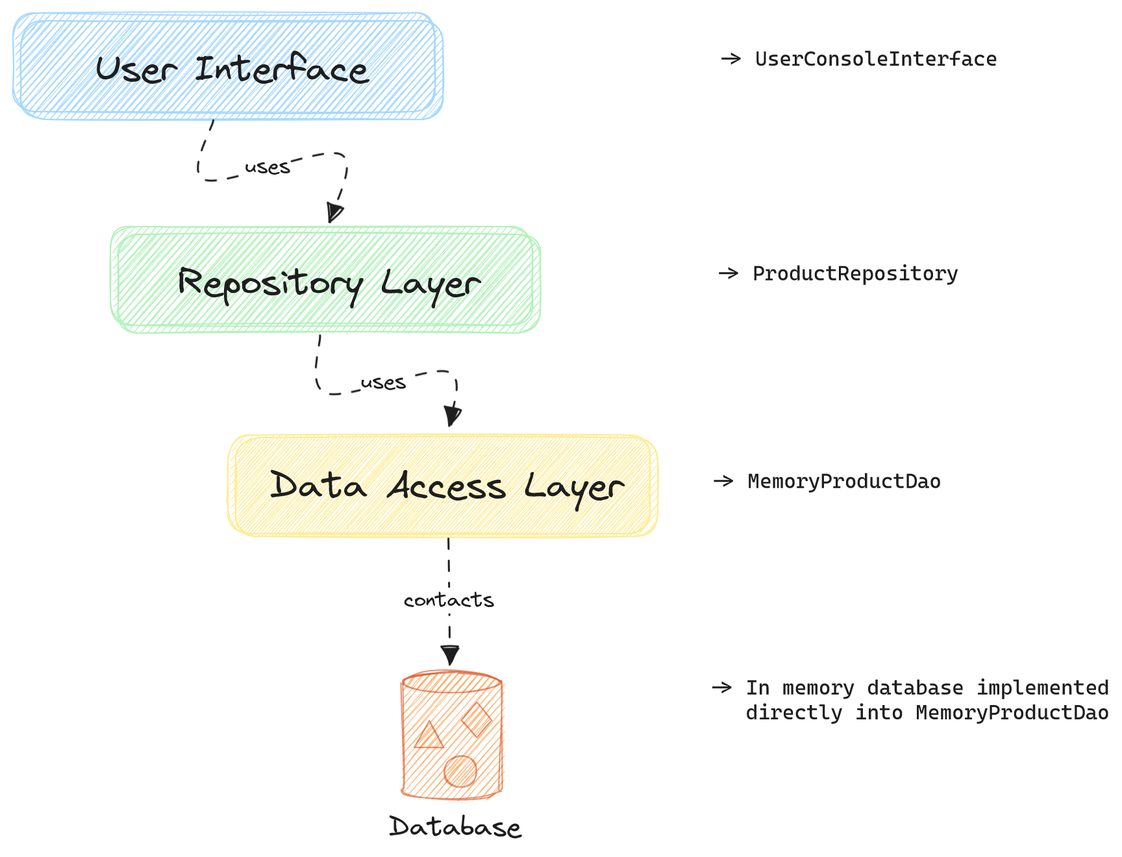
Above: designs/Excalidraw-ComponentDiagram.png in DotNetBackendTraining/simple-inventory-management-system (Excalidraw), before the change. Source tidied: one line per element, renumbered; positions are measured from the earlier drawing's top-left corner, leaving out a move shared by most shapes.
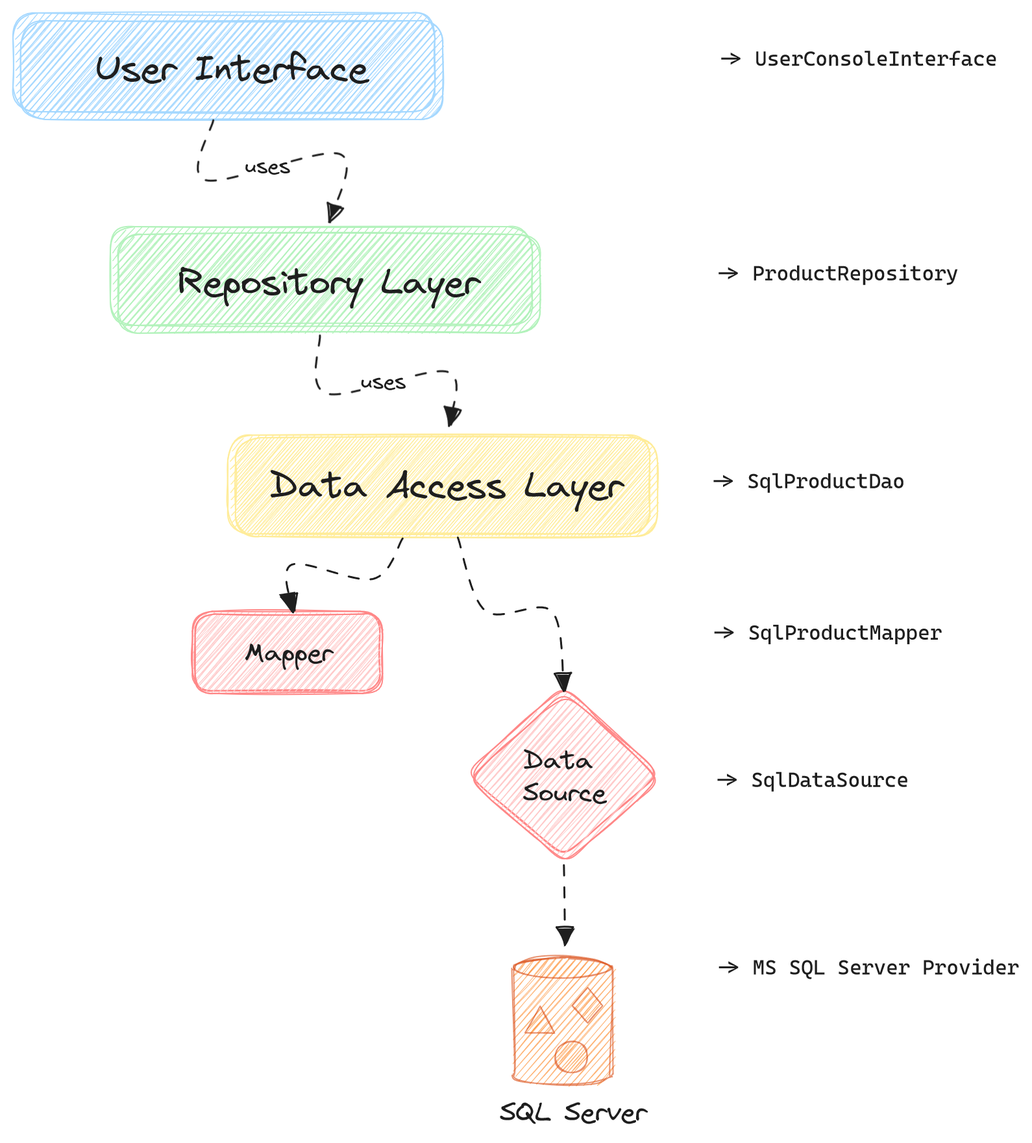
After the change.

Commit message:
Fix architecture design

Change to the diagram source:
```diff
@@ -1,6 +1,6 @@
 {"id": 0, "type": "rectangle", "strokeColor": "#ffec99", "backgroundColor": "#ffec99", "fillStyle": "hachure", "strokeWidth": 1, "roughness": 1, "round": true, "x": 166, "y": 325, "width": 325, "height": 76}
 {"id": 1, "type": "rectangle", "strokeColor": "#ffec99", "backgroundColor": "#ffec99", "fillStyle": "hachure", "strokeWidth": 1, "roughness": 1, "round": true, "x": 172, "y": 327, "width": 325, "height": 76}
-{"id": 2, "type": "text", "text": "Data Access Layer", "strokeColor": "#1e1e1e", "backgroundColor": "#ffec99", "fillStyle": "hachure", "strokeWidth": 1, "roughness": 1, "fontSize": 28, "fontFamily": 1, "textAlign": "center", "verticalAlign": "middle", "inside": 1, "x": 198, "y": 348, "width": 271, "height": 35}
+{"id": 2, "type": "text", "text": "Data Access Layer", "strokeColor": "#1e1e1e", "backgroundColor": "#ffec99", "fillStyle": "hachure", "strokeWidth": 1, "roughness": 1, "fontSize": 28, "fontFamily": 1, "textAlign": "center", "verticalAlign": "middle", "inside": 1, "x": 198, "y": 348, "width": 272, "height": 35}
 {"id": 3, "type": "rectangle", "strokeColor": "#b2f2bb", "backgroundColor": "#b2f2bb", "fillStyle": "hachure", "strokeWidth": 1, "roughness": 1, "round": true, "x": 75, "y": 164, "width": 325, "height": 76}
 {"id": 4, "type": "rectangle", "strokeColor": "#b2f2bb", "backgroundColor": "#b2f2bb", "fillStyle": "hachure", "strokeWidth": 1, "roughness": 1, "round": true, "x": 81, "y": 170, "width": 325, "height": 76}
 {"id": 5, "type": "text", "text": "Repository Layer", "strokeColor": "#1e1e1e", "backgroundColor": "#ffec99", "fillStyle": "hachure", "strokeWidth": 1, "roughness": 1, "fontSize": 28, "fontFamily": 1, "textAlign": "center", "verticalAlign": "middle", "inside": 4, "x": 128, "y": 191, "width": 231, "height": 35}
@@ -11,15 +11,24 @@
 {"id": 10, "type": "text", "text": "User Interface", "strokeColor": "#1e1e1e", "backgroundColor": "#ffec99", "fillStyle": "hachure", "strokeWidth": 1, "roughness": 1, "fontSize": 28, "fontFamily": 1, "textAlign": "center", "verticalAlign": "middle", "inside": 9, "x": 64, "y": 26, "width": 210, "height": 35}
 {"id": 11, "type": "arrow", "strokeColor": "#1e1e1e", "backgroundColor": "#a5d8ff", "fillStyle": "hachure", "strokeWidth": 1, "strokeStyle": "dashed", "roughness": 1, "endArrowhead": "triangle", "round": true, "from": 9, "to": 4, "x": 149, "y": 83, "width": 103, "height": 80, "points": [[0, 0], [-6, 46], [97, 26], [89, 80]]}
 {"id": 12, "type": "text", "text": "uses", "strokeColor": "#1e1e1e", "backgroundColor": "#a5d8ff", "fillStyle": "hachure", "strokeWidth": 1, "strokeStyle": "dashed", "roughness": 1, "fontSize": 16, "fontFamily": 1, "textAlign": "center", "verticalAlign": "middle", "inside": 11, "x": 178, "y": 108, "width": 35, "height": 20}
-{"id": 13, "type": "line", "strokeColor": "#d9480f", "backgroundColor": "#fd7e14", "fillStyle": "hachure", "strokeWidth": 1, "roughness": 1, "opacity": 60, "round": true, "x": 300, "y": 516, "width": 76, "height": 98, "points": [[0, 0], [0, 74], [0, 82], [4, 86], [17, 89], [40, 90], [62, 89], [74, 85], [76, 82], [76, 75], [76, 6], [75, 0], [70, -4], [60, -6], [37, -8], [18, -7], [3, -3], [0, 0], [0, 0]]}
+{"id": 13, "type": "line", "strokeColor": "#d9480f", "backgroundColor": "#fd7e14", "fillStyle": "hachure", "strokeWidth": 1, "roughness": 1, "opacity": 60, "round": true, "x": 386, "y": 735, "width": 76, "height": 98, "points": [[0, 0], [0, 74], [0, 82], [4, 86], [17, 89], [40, 90], [62, 89], [74, 85], [76, 82], [76, 75], [76, 6], [75, 0], [70, -4], [60, -6], [37, -8], [18, -7], [3, -3], [0, 0], [0, 0]]}
-{"id": 14, "type": "ellipse", "strokeColor": "#d9480f", "backgroundColor": "#fd7e14", "fillStyle": "hachure", "strokeWidth": 1, "roughness": 1, "opacity": 60, "x": 300, "y": 508, "width": 75, "height": 15}
+{"id": 14, "type": "ellipse", "strokeColor": "#d9480f", "backgroundColor": "#fd7e14", "fillStyle": "hachure", "strokeWidth": 1, "roughness": 1, "opacity": 60, "x": 386, "y": 727, "width": 75, "height": 15}
-{"id": 15, "type": "diamond", "strokeColor": "#d9480f", "backgroundColor": "#fd7e14", "fillStyle": "hachure", "strokeWidth": 1, "roughness": 1, "opacity": 60, "x": 345, "y": 531, "width": 23, "height": 27}
+{"id": 15, "type": "diamond", "strokeColor": "#d9480f", "backgroundColor": "#fd7e14", "fillStyle": "hachure", "strokeWidth": 1, "roughness": 1, "opacity": 60, "x": 431, "y": 750, "width": 23, "height": 27}
-{"id": 16, "type": "ellipse", "strokeColor": "#d9480f", "backgroundColor": "#fd7e14", "fillStyle": "hachure", "strokeWidth": 1, "roughness": 1, "opacity": 60, "x": 332, "y": 572, "width": 25, "height": 24}
+{"id": 16, "type": "ellipse", "strokeColor": "#d9480f", "backgroundColor": "#fd7e14", "fillStyle": "hachure", "strokeWidth": 1, "roughness": 1, "opacity": 60, "x": 418, "y": 792, "width": 25, "height": 24}
-{"id": 17, "type": "line", "strokeColor": "#d9480f", "backgroundColor": "#fd7e14", "fillStyle": "hachure", "strokeWidth": 1, "roughness": 1, "opacity": 60, "x": 321, "y": 545, "width": 23, "height": 21, "points": [[0, 0], [11, 21], [-12, 21], [0, 0]]}
+{"id": 17, "type": "line", "strokeColor": "#d9480f", "backgroundColor": "#fd7e14", "fillStyle": "hachure", "strokeWidth": 1, "roughness": 1, "opacity": 60, "x": 406, "y": 765, "width": 23, "height": 21, "points": [[0, 0], [11, 21], [-12, 21], [0, 0]]}
-{"id": 18, "type": "text", "text": "Database", "strokeColor": "#1e1e1e", "backgroundColor": "#a5d8ff", "fillStyle": "hachure", "strokeWidth": 1, "strokeStyle": "dashed", "roughness": 1, "fontSize": 20.61, "fontFamily": 1, "x": 290, "y": 615, "width": 102, "height": 26}
+{"id": 18, "type": "text", "text": "SQL Server", "strokeColor": "#1e1e1e", "backgroundColor": "#a5d8ff", "fillStyle": "hachure", "strokeWidth": 1, "strokeStyle": "dashed", "roughness": 1, "fontSize": 20.61, "fontFamily": 1, "x": 375, "y": 834, "width": 113, "height": 26}
-{"id": 19, "type": "arrow", "strokeColor": "#1e1e1e", "backgroundColor": "#a5d8ff", "fillStyle": "hachure", "strokeWidth": 1, "strokeStyle": "dashed", "roughness": 1, "endArrowhead": "triangle", "round": true, "from": 1, "to": 14, "x": 335, "y": 404, "width": 2, "height": 97, "points": [[0, 0], [2, 97]]}
+{"id": 19, "type": "arrow", "strokeColor": "#1e1e1e", "backgroundColor": "#a5d8ff", "fillStyle": "hachure", "strokeWidth": 1, "strokeStyle": "dashed", "roughness": 1, "endArrowhead": "triangle", "round": true, "from": 26, "to": 14, "x": 424, "y": 655, "width": 2, "height": 62, "points": [[0, 0], [2, 62]]}
-{"id": 20, "type": "text", "text": "contacts", "strokeColor": "#1e1e1e", "backgroundColor": "#a5d8ff", "fillStyle": "hachure", "strokeWidth": 1, "strokeStyle": "dashed", "roughness": 1, "fontSize": 16, "fontFamily": 1, "textAlign": "center", "verticalAlign": "middle", "inside": 19, "x": 301, "y": 442, "width": 70, "height": 20}
 {"id": 21, "type": "text", "text": "-> UserConsoleInterface", "strokeColor": "#1e1e1e", "backgroundColor": "#a5d8ff", "fillStyle": "hachure", "strokeWidth": 1, "strokeStyle": "dashed", "roughness": 1, "fontSize": 16, "fontFamily": 3, "x": 544, "y": 25, "width": 216, "height": 19}
 {"id": 22, "type": "text", "text": "-> ProductRepository", "strokeColor": "#1e1e1e", "backgroundColor": "#a5d8ff", "fillStyle": "hachure", "strokeWidth": 1, "strokeStyle": "dashed", "roughness": 1, "fontSize": 16, "fontFamily": 3, "x": 542, "y": 190, "width": 188, "height": 19}
-{"id": 23, "type": "text", "text": "-> MemoryProductDao", "strokeColor": "#1e1e1e", "backgroundColor": "#a5d8ff", "fillStyle": "hachure", "strokeWidth": 1, "strokeStyle": "dashed", "roughness": 1, "fontSize": 16, "fontFamily": 3, "x": 538, "y": 350, "width": 178, "height": 19}
+{"id": 23, "type": "text", "text": "-> SqlProductDao", "strokeColor": "#1e1e1e", "backgroundColor": "#a5d8ff", "fillStyle": "hachure", "strokeWidth": 1, "strokeStyle": "dashed", "roughness": 1, "fontSize": 16, "fontFamily": 3, "x": 538, "y": 350, "width": 149, "height": 19}
-{"id": 24, "type": "text", "text": "-> In memory database implemented\n   directly into MemoryProductDao", "strokeColor": "#1e1e1e", "backgroundColor": "#a5d8ff", "fillStyle": "hachure", "strokeWidth": 1, "strokeStyle": "dashed", "roughness": 1, "fontSize": 16, "fontFamily": 3, "x": 536, "y": 509, "width": 308, "height": 38}
+{"id": 24, "type": "text", "text": "-> MS SQL Server Provider", "strokeColor": "#1e1e1e", "backgroundColor": "#a5d8ff", "fillStyle": "hachure", "strokeWidth": 1, "strokeStyle": "dashed", "roughness": 1, "fontSize": 16, "fontFamily": 3, "x": 542, "y": 725, "width": 233, "height": 19}
+{"id": 25, "type": "diamond", "strokeColor": "#ff8787", "backgroundColor": "#ffc9c9", "fillStyle": "hachure", "strokeWidth": 1, "roughness": 1, "round": true, "x": 349, "y": 518, "width": 149, "height": 132}
+{"id": 26, "type": "diamond", "strokeColor": "#ff8787", "backgroundColor": "#ffc9c9", "fillStyle": "hachure", "strokeWidth": 1, "roughness": 1, "round": true, "x": 350, "y": 523, "width": 149, "height": 132}
+{"id": 27, "type": "text", "text": "Data \nSource", "strokeColor": "#1e1e1e", "backgroundColor": "#ffc9c9", "fillStyle": "hachure", "strokeWidth": 1, "roughness": 1, "fontSize": 20, "fontFamily": 1, "textAlign": "center", "verticalAlign": "middle", "inside": 26, "x": 393, "y": 564, "width": 64, "height": 50}
+{"id": 28, "type": "rectangle", "strokeColor": "#ff8787", "backgroundColor": "#ffc9c9", "fillStyle": "hachure", "strokeWidth": 1, "roughness": 1, "round": true, "x": 138, "y": 461, "width": 144, "height": 61}
+{"id": 29, "type": "rectangle", "strokeColor": "#ff8787", "backgroundColor": "#ffc9c9", "fillStyle": "hachure", "strokeWidth": 1, "roughness": 1, "round": true, "x": 140, "y": 463, "width": 144, "height": 61}
+{"id": 30, "type": "text", "text": "Mapper", "strokeColor": "#1e1e1e", "backgroundColor": "#ffc9c9", "fillStyle": "hachure", "strokeWidth": 1, "roughness": 1, "fontSize": 20, "fontFamily": 1, "textAlign": "center", "verticalAlign": "middle", "inside": 29, "x": 179, "y": 481, "width": 68, "height": 25}
+{"id": 31, "type": "text", "text": "-> SqlDataSource", "strokeColor": "#1e1e1e", "backgroundColor": "#a5d8ff", "fillStyle": "hachure", "strokeWidth": 1, "strokeStyle": "dashed", "roughness": 1, "fontSize": 16, "fontFamily": 3, "x": 541, "y": 580, "width": 149, "height": 19}
+{"id": 32, "type": "arrow", "strokeColor": "#1e1e1e", "backgroundColor": "#ffc9c9", "fillStyle": "hachure", "strokeWidth": 1, "strokeStyle": "dashed", "roughness": 1, "endArrowhead": "triangle", "round": true, "from": 1, "to": 29, "x": 300, "y": 404, "width": 85, "height": 57, "points": [[0, 0], [-23, 32], [-85, 20], [-85, 57]]}
+{"id": 33, "type": "arrow", "strokeColor": "#1e1e1e", "backgroundColor": "#ffc9c9", "fillStyle": "hachure", "strokeWidth": 1, "strokeStyle": "dashed", "roughness": 1, "endArrowhead": "triangle", "round": true, "from": 1, "to": 26, "x": 342, "y": 404, "width": 82, "height": 118, "points": [[0, 0], [21, 56], [73, 57], [82, 118]]}
+{"id": 34, "type": "text", "text": "-> SqlProductMapper", "strokeColor": "#1e1e1e", "backgroundColor": "#a5d8ff", "fillStyle": "hachure", "strokeWidth": 1, "strokeStyle": "dashed", "roughness": 1, "fontSize": 16, "fontFamily": 3, "x": 538, "y": 467, "width": 177, "height": 19}
```
